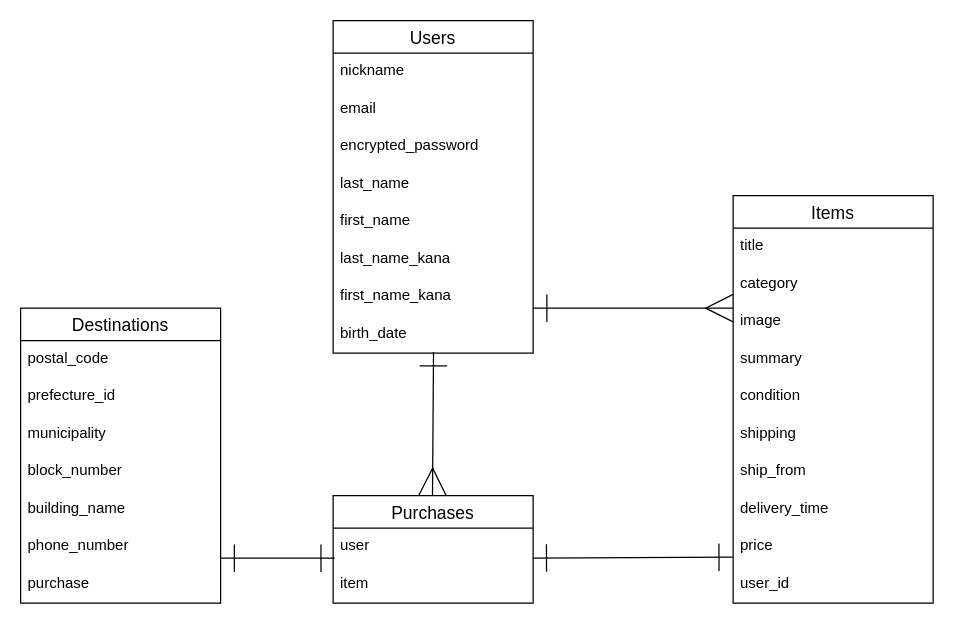
This is furima.dio from koala5656/furima-39948, a draw.io file, before an edit. Source tidied: cells renumbered, new cells numbered last; positions are measured from the earlier drawing's top-left corner, leaving out a move shared by most shapes. Both pictures are drawn from the tidied source at 125%, with x=0, y=0 at pixel (20, 20).
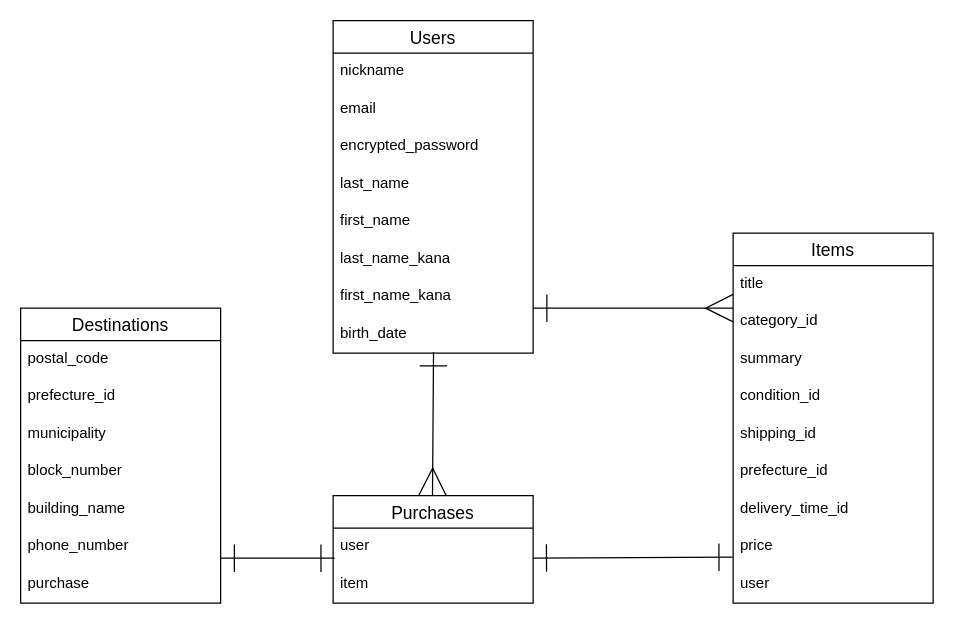
The same page after the edit.

Commit message:
ER図、README修正３

Diff of the diagram source:
```diff
@@
     <mxCell id="11" value="Items" style="swimlane;fontStyle=0;horizontal=1;startSize=26;align=center;fontSize=14;" parent="1" vertex="1">
-      <mxGeometry x="570" y="140" width="160" height="326" as="geometry" />
+      <mxGeometry x="570" y="170" width="160" height="296" as="geometry" />
     </mxCell>
@@
-    <mxCell id="13" value="category" style="text;strokeColor=none;fillColor=none;spacingLeft=4;spacingRight=4;overflow=hidden;fontSize=12;" parent="11" vertex="1">
+    <mxCell id="13" value="category_id" style="text;strokeColor=none;fillColor=none;spacingLeft=4;spacingRight=4;overflow=hidden;fontSize=12;" parent="11" vertex="1">
       <mxGeometry y="56" width="160" height="30" as="geometry" />
     </mxCell>
-    <mxCell id="14" value="image" style="text;strokeColor=none;fillColor=none;spacingLeft=4;spacingRight=4;overflow=hidden;fontSize=12;" parent="11" vertex="1">
-      <mxGeometry y="86" width="160" height="30" as="geometry" />
-    </mxCell>
     <mxCell id="15" value="summary" style="text;strokeColor=none;fillColor=none;spacingLeft=4;spacingRight=4;overflow=hidden;fontSize=12;" parent="11" vertex="1">
-      <mxGeometry y="116" width="160" height="30" as="geometry" />
+      <mxGeometry y="86" width="160" height="30" as="geometry" />
     </mxCell>
-    <mxCell id="16" value="condition" style="text;strokeColor=none;fillColor=none;spacingLeft=4;spacingRight=4;overflow=hidden;fontSize=12;" parent="11" vertex="1">
-      <mxGeometry y="146" width="160" height="30" as="geometry" />
+    <mxCell id="16" value="condition_id" style="text;strokeColor=none;fillColor=none;spacingLeft=4;spacingRight=4;overflow=hidden;fontSize=12;" parent="11" vertex="1">
+      <mxGeometry y="116" width="160" height="30" as="geometry" />
     </mxCell>
-    <mxCell id="17" value="shipping" style="text;strokeColor=none;fillColor=none;spacingLeft=4;spacingRight=4;overflow=hidden;fontSize=12;" parent="11" vertex="1">
-      <mxGeometry y="176" width="160" height="30" as="geometry" />
+    <mxCell id="17" value="shipping_id" style="text;strokeColor=none;fillColor=none;spacingLeft=4;spacingRight=4;overflow=hidden;fontSize=12;" parent="11" vertex="1">
+      <mxGeometry y="146" width="160" height="30" as="geometry" />
     </mxCell>
-    <mxCell id="18" value="ship_from" style="text;strokeColor=none;fillColor=none;spacingLeft=4;spacingRight=4;overflow=hidden;fontSize=12;" parent="11" vertex="1">
-      <mxGeometry y="206" width="160" height="30" as="geometry" />
+    <mxCell id="18" value="prefecture_id" style="text;strokeColor=none;fillColor=none;spacingLeft=4;spacingRight=4;overflow=hidden;fontSize=12;" parent="11" vertex="1">
+      <mxGeometry y="176" width="160" height="30" as="geometry" />
     </mxCell>
-    <mxCell id="19" value="delivery_time" style="text;strokeColor=none;fillColor=none;spacingLeft=4;spacingRight=4;overflow=hidden;fontSize=12;" parent="11" vertex="1">
-      <mxGeometry y="236" width="160" height="30" as="geometry" />
+    <mxCell id="19" value="delivery_time_id" style="text;strokeColor=none;fillColor=none;spacingLeft=4;spacingRight=4;overflow=hidden;fontSize=12;" parent="11" vertex="1">
+      <mxGeometry y="206" width="160" height="30" as="geometry" />
     </mxCell>
     <mxCell id="20" value="price" style="text;strokeColor=none;fillColor=none;spacingLeft=4;spacingRight=4;overflow=hidden;points=[[0,0.5],[1,0.5]];portConstraint=eastwest;fontSize=12;" parent="11" vertex="1">
-      <mxGeometry y="266" width="160" height="30" as="geometry" />
+      <mxGeometry y="236" width="160" height="30" as="geometry" />
     </mxCell>
-    <mxCell id="21" value="user_id" style="text;strokeColor=none;fillColor=none;spacingLeft=4;spacingRight=4;overflow=hidden;fontSize=12;" parent="11" vertex="1">
-      <mxGeometry y="296" width="160" height="30" as="geometry" />
+    <mxCell id="21" value="user" style="text;strokeColor=none;fillColor=none;spacingLeft=4;spacingRight=4;overflow=hidden;fontSize=12;" parent="11" vertex="1">
+      <mxGeometry y="266" width="160" height="30" as="geometry" />
     </mxCell>
```
